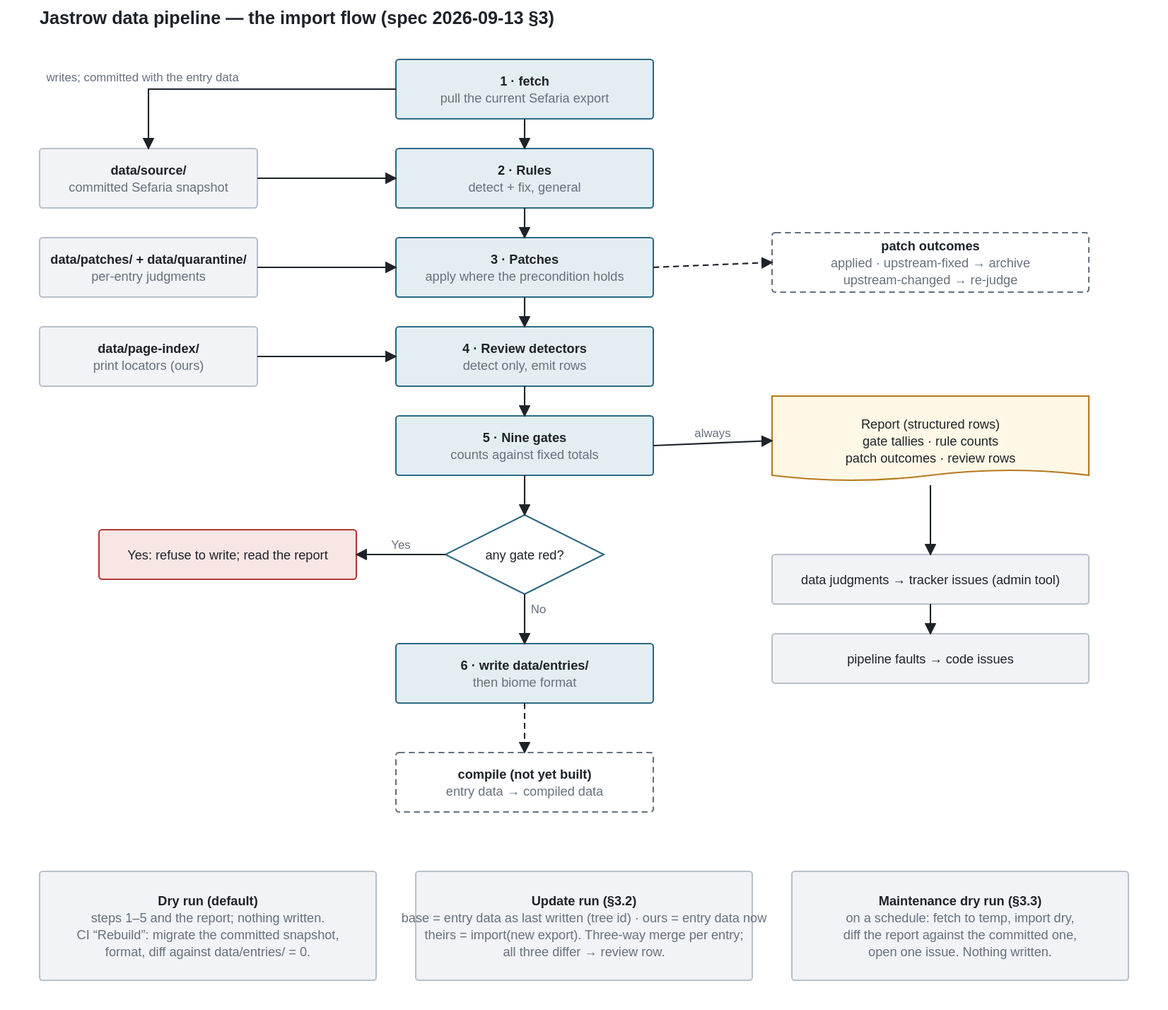
This is docs/pipeline-flow.drawio.svg from UniquePixels/jastrow, a draw.io export, as it was before one commit. Source tidied: cells renumbered, new cells last; positions are measured from the earlier drawing's top-left corner, leaving out a move shared by most shapes.
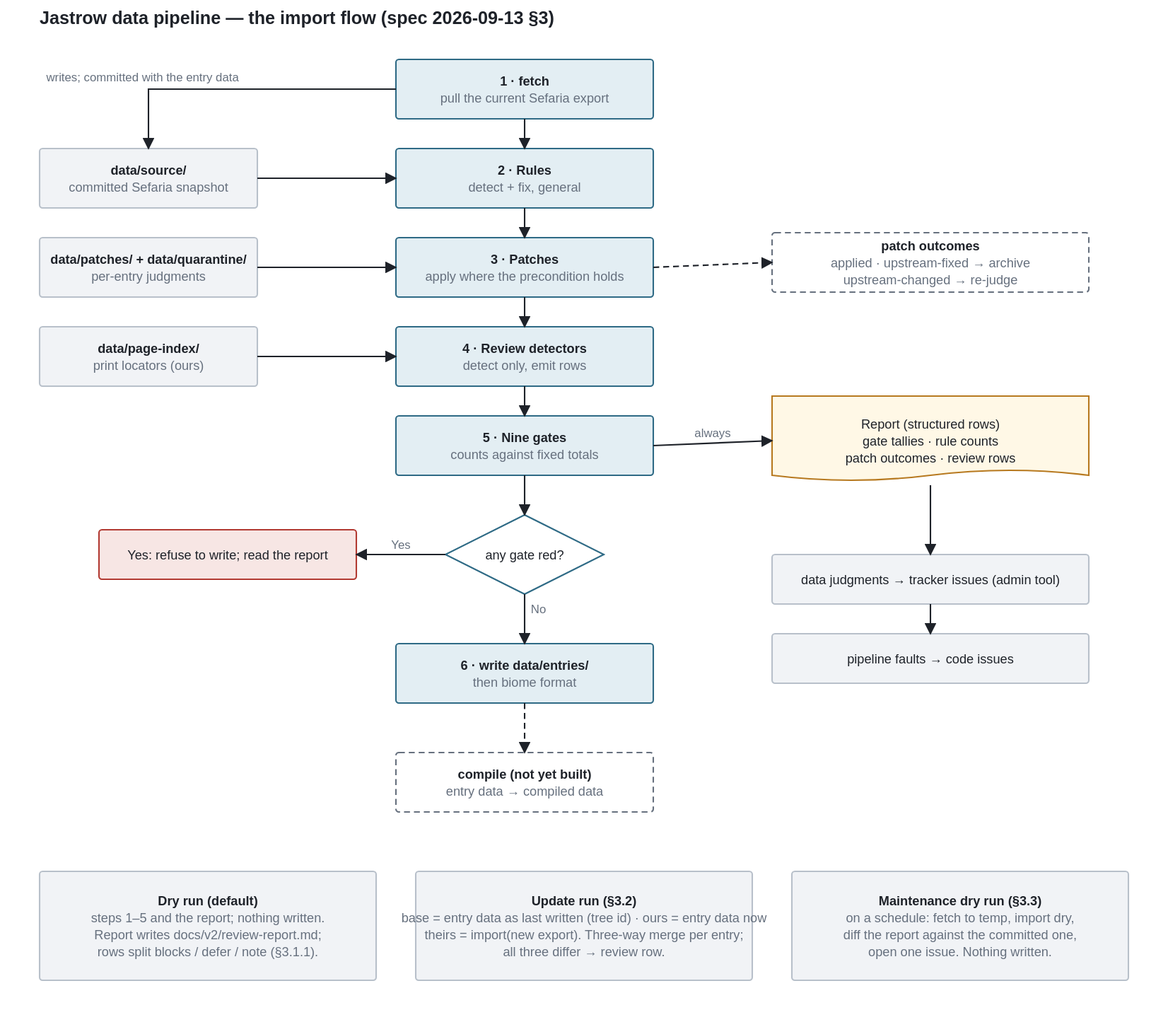
Later version of the same file.

Commit message:
📖 doc: redraw the flow without Rebuild

R9 withdrew the CI Rebuild job and step 5 removed it, but the flow
diagram still drew it as the dry run's second half. That box now
names the generated review report and step 9's publication split.
Backfills step 10's PR number (#100), and renames the diagram's own
draw.io tab, which step 10's terms sweep listed this file for.

Change to the diagram source:
```diff
@@ -53,7 +53,7 @@
     <mxCell id="18" value="pipeline faults → code issues" style="rounded=1;arcSize=6;whiteSpace=wrap;html=1;fontFamily=Helvetica;fontSize=13;fontColor=#1E2229;fillColor=#F1F3F6;strokeColor=#B8C0CA;" parent="1" vertex="1">
       <mxGeometry x="740" y="638" width="320" height="50" as="geometry" />
     </mxCell>
-    <mxCell id="19" value="&lt;b&gt;Dry run (default)&lt;/b&gt;&lt;br&gt;steps 1–5 and the report; nothing written.&lt;br&gt;CI “Rebuild”: migrate the committed snapshot,&lt;br&gt;format, diff against data/entries/ = 0." style="rounded=1;arcSize=6;whiteSpace=wrap;html=1;fontFamily=Helvetica;fontSize=13;fontColor=#1E2229;fillColor=#F1F3F6;strokeColor=#B8C0CA;" parent="1" vertex="1">
+    <mxCell id="19" value="&lt;b&gt;Dry run (default)&lt;/b&gt;&lt;br&gt;steps 1–5 and the report; nothing written.&lt;br&gt;Report writes docs/v2/review-report.md;&lt;br&gt;rows split blocks / defer / note (§3.1.1)." style="rounded=1;arcSize=6;whiteSpace=wrap;html=1;fontFamily=Helvetica;fontSize=13;fontColor=#1E2229;fillColor=#F1F3F6;strokeColor=#B8C0CA;" parent="1" vertex="1">
       <mxGeometry y="878" width="340" height="110" as="geometry" />
     </mxCell>
     <mxCell id="20" value="&lt;b&gt;Update run (§3.2)&lt;/b&gt;&lt;br&gt;base = entry data as last written (tree id) · ours = entry data now&lt;br&gt;theirs = import(new export). Three-way merge per entry;&lt;br&gt;all three differ → review row." style="rounded=1;arcSize=6;whiteSpace=wrap;html=1;fontFamily=Helvetica;fontSize=13;fontColor=#1E2229;fillColor=#F1F3F6;strokeColor=#B8C0CA;" parent="1" vertex="1">
```
